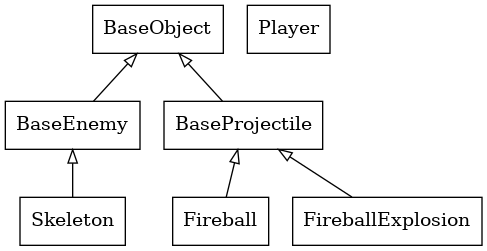
This is inheritance.gv.png from lachfoy/2dgameABANDONED, a Graphviz export, as it was before one commit. Its source is kept beside it as inheritance.gv.
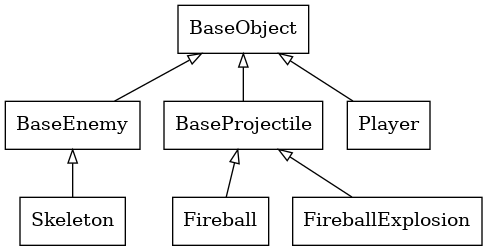
After the change.

Commit message:
fix inheritance graph

Change to the diagram source:
```diff
@@ -11,7 +11,7 @@
     Player
     Skeleton
 
-    BaseObject->{BaseEnemy, BaseProjectile}
+    BaseObject->{BaseEnemy, BaseProjectile, Player}
     BaseProjectile->{Fireball, FireballExplosion}
     BaseEnemy->Skeleton
 }
```
